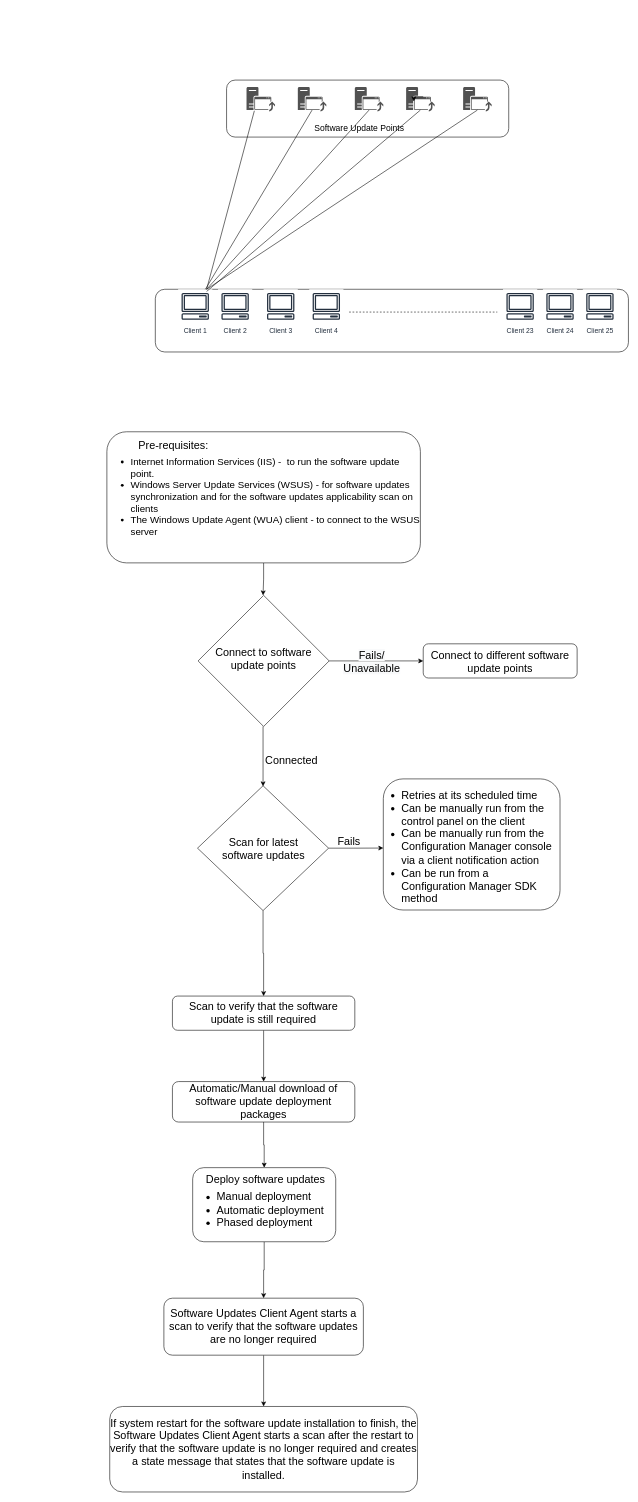
Above: Software Update via Intranet.drawio in LazyRaunak/Software-Update-via-Intranet (draw.io), before the change. Source tidied: cells renumbered, new cells numbered last; positions are measured from the earlier drawing's top-left corner, leaving out a move shared by most shapes. Both pictures are drawn from the tidied source at 57%, with x=0, y=0 at pixel (107, 80).
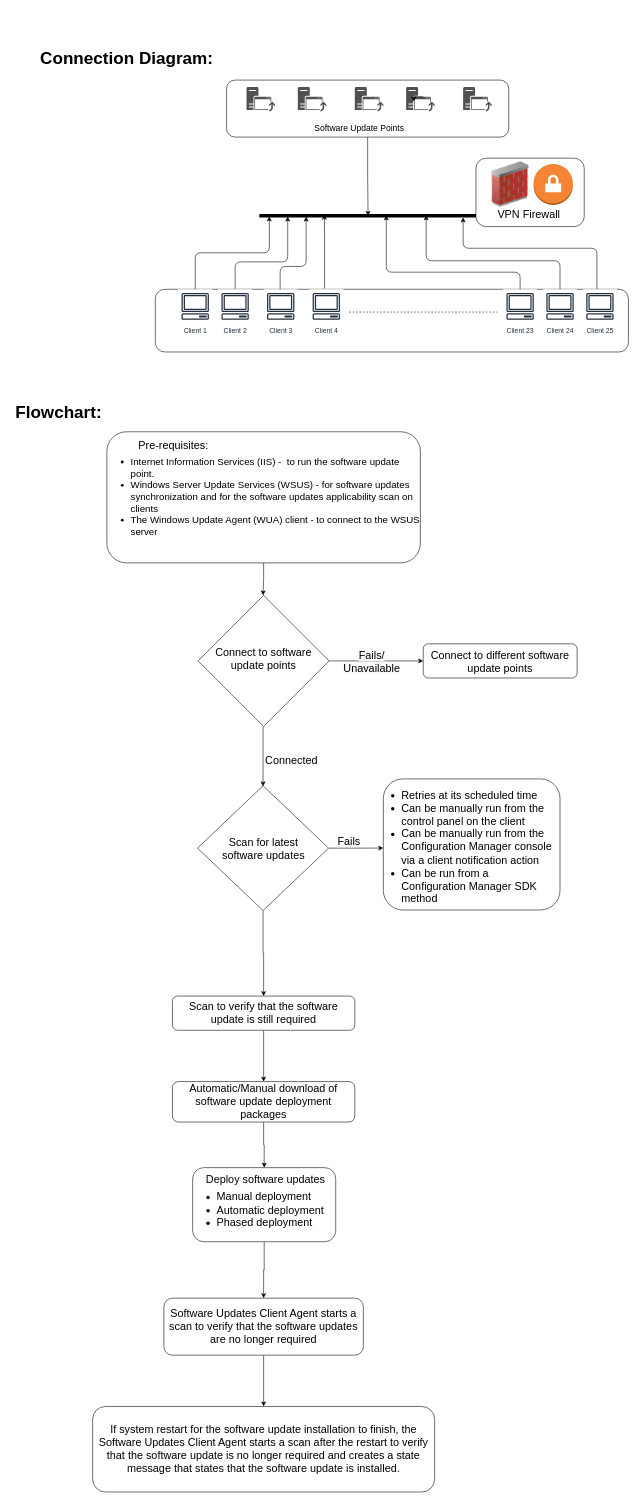
After the change.

Unchanged cells that the change refers to:
```xml
<mxCell id="9" style="rounded=1;whiteSpace=wrap;html=1;" parent="1" vertex="1">
  <mxGeometry x="210" width="495" height="100" as="geometry" />
</mxCell>
<mxCell id="10" style="shadow=0;dashed=0;html=1;strokeColor=none;labelPosition=center;verticalLabelPosition=bottom;verticalAlign=top;align=center;fillColor=#515151;shape=mxgraph.mscae.system_center.software_update_point;" parent="1" vertex="1">
  <mxGeometry x="245" y="12" width="50" height="43" as="geometry" />
</mxCell>
<mxCell id="11" style="shadow=0;dashed=0;html=1;strokeColor=none;labelPosition=center;verticalLabelPosition=bottom;verticalAlign=top;align=center;fillColor=#515151;shape=mxgraph.mscae.system_center.software_update_point;" parent="1" vertex="1">
  <mxGeometry x="435" y="12" width="50" height="43" as="geometry" />
</mxCell>
<mxCell id="12" style="shadow=0;dashed=0;html=1;strokeColor=none;labelPosition=center;verticalLabelPosition=bottom;verticalAlign=top;align=center;fillColor=#515151;shape=mxgraph.mscae.system_center.software_update_point;" parent="1" vertex="1">
  <mxGeometry x="335" y="12" width="50" height="43" as="geometry" />
</mxCell>
<mxCell id="13" style="shadow=0;dashed=0;html=1;strokeColor=none;labelPosition=center;verticalLabelPosition=bottom;verticalAlign=top;align=center;fillColor=#515151;shape=mxgraph.mscae.system_center.software_update_point;" parent="1" vertex="1">
  <mxGeometry x="525" y="12" width="50" height="43" as="geometry" />
</mxCell>
<mxCell id="14" style="shadow=0;dashed=0;html=1;strokeColor=none;labelPosition=center;verticalLabelPosition=bottom;verticalAlign=top;align=center;fillColor=#515151;shape=mxgraph.mscae.system_center.software_update_point;" parent="1" vertex="1">
  <mxGeometry x="625" y="12" width="50" height="43" as="geometry" />
</mxCell>
<mxCell id="18" value="Client 1" style="outlineConnect=0;fontColor=#232F3E;gradientColor=none;strokeColor=#232F3E;fillColor=#ffffff;dashed=0;verticalLabelPosition=bottom;verticalAlign=top;align=center;html=1;fontSize=12;fontStyle=0;shape=mxgraph.aws4.resourceIcon;resIcon=mxgraph.aws4.client;" parent="1" vertex="1">
  <mxGeometry x="125" y="367" width="60" height="60" as="geometry" />
</mxCell>
<mxCell id="21" value="Client 23" style="outlineConnect=0;fontColor=#232F3E;gradientColor=none;strokeColor=#232F3E;fillColor=#ffffff;dashed=0;verticalLabelPosition=bottom;verticalAlign=top;align=center;html=1;fontSize=12;fontStyle=0;shape=mxgraph.aws4.resourceIcon;resIcon=mxgraph.aws4.client;" parent="1" vertex="1">
  <mxGeometry x="695" y="367" width="60" height="60" as="geometry" />
</mxCell>
```

Change to the diagram source:
```diff
@@
+    <mxCell id="51" style="edgeStyle=elbowEdgeStyle;elbow=vertical;endArrow=classic;html=1;fontSize=100;entryX=0.586;entryY=0.427;entryDx=0;entryDy=0;entryPerimeter=0;" parent="1" edge="1">
+      <mxGeometry relative="1" as="geometry">
+        <mxPoint x="859.8" y="370.7" as="sourcePoint" />
+        <mxPoint x="625" y="241" as="targetPoint" />
+        <Array as="points">
+          <mxPoint x="725" y="295" />
+        </Array>
+      </mxGeometry>
+    </mxCell>
+    <mxCell id="52" style="rounded=1;whiteSpace=wrap;html=1;fontSize=19;align=center;" parent="1" vertex="1">
+      <mxGeometry x="647.5" y="137" width="190" height="120" as="geometry" />
+    </mxCell>
@@
+    <mxCell id="53" style="edgeStyle=orthogonalEdgeStyle;rounded=0;jettySize=auto;html=1;fontSize=100;entryX=0.502;entryY=0.533;entryDx=0;entryDy=0;entryPerimeter=0;" parent="1" edge="1" source="9" target="57">
+      <mxGeometry relative="1" as="geometry" />
+    </mxCell>
@@
-    <mxCell id="25" style="endArrow=none;html=1;entryX=0.275;entryY=0.972;entryDx=0;entryDy=0;entryPerimeter=0;" parent="1" edge="1" target="10">
-      <mxGeometry relative="1" as="geometry">
-        <mxPoint x="175" y="367" as="sourcePoint" />
-      </mxGeometry>
-    </mxCell>
-    <mxCell id="26" style="endArrow=none;html=1;entryX=0.5;entryY=0.945;entryDx=0;entryDy=0;entryPerimeter=0;" parent="1" edge="1" source="18" target="12">
-      <mxGeometry relative="1" as="geometry" />
-    </mxCell>
-    <mxCell id="27" style="endArrow=none;html=1;entryX=0.5;entryY=0.945;entryDx=0;entryDy=0;entryPerimeter=0;" parent="1" edge="1" target="11">
-      <mxGeometry relative="1" as="geometry">
-        <mxPoint x="175" y="367" as="sourcePoint" />
-      </mxGeometry>
-    </mxCell>
-    <mxCell id="28" style="endArrow=none;html=1;entryX=0.5;entryY=0.945;entryDx=0;entryDy=0;entryPerimeter=0;exitX=0.833;exitY=0.064;exitDx=0;exitDy=0;exitPerimeter=0;" parent="1" edge="1" source="18" target="13">
-      <mxGeometry relative="1" as="geometry" />
-    </mxCell>
-    <mxCell id="29" style="endArrow=none;html=1;entryX=0.5;entryY=0.945;entryDx=0;entryDy=0;entryPerimeter=0;" parent="1" edge="1" target="14">
-      <mxGeometry relative="1" as="geometry">
-        <mxPoint x="175" y="367" as="sourcePoint" />
-      </mxGeometry>
-    </mxCell>
@@
     <mxCell id="50" value="If system restart for the software update installation to finish, the Software Updates Client Agent starts a scan after the restart to verify that the software update is no longer required and creates a state message that states that the software update is installed." style="rounded=1;whiteSpace=wrap;html=1;fontSize=19;align=center;" parent="1" vertex="1">
-      <mxGeometry x="5" y="2327" width="540" height="150" as="geometry" />
+      <mxGeometry x="-25" y="2327" width="600" height="150" as="geometry" />
     </mxCell>
+    <mxCell id="54" style="dashed=0;verticalLabelPosition=bottom;verticalAlign=top;align=center;html=1;shape=mxgraph.aws3.vpn_gateway;fillColor=#F58534;gradientColor=none;fontSize=19;" parent="1" vertex="1">
+      <mxGeometry x="748.5" y="147" width="69" height="72" as="geometry" />
+    </mxCell>
+    <mxCell id="55" style="image;html=1;image=img/lib/clip_art/networking/Firewall_02_128x128.png;fontSize=19;align=center;" parent="1" vertex="1">
+      <mxGeometry x="667.5" y="143" width="80" height="80" as="geometry" />
+    </mxCell>
+    <mxCell id="56" value="VPN Firewall" style="text;html=1;strokeColor=none;fillColor=none;align=center;verticalAlign=middle;whiteSpace=wrap;rounded=0;fontSize=19;" parent="1" vertex="1">
+      <mxGeometry x="672.5" y="227" width="135" height="20" as="geometry" />
+    </mxCell>
+    <mxCell id="57" style="line;strokeWidth=6;html=1;fontSize=100;align=center;fontStyle=0;labelBorderColor=#000000;" parent="1" vertex="1">
+      <mxGeometry x="267.5" y="233" width="380" height="10" as="geometry" />
+    </mxCell>
+    <mxCell id="58" style="edgeStyle=elbowEdgeStyle;elbow=vertical;endArrow=classic;html=1;fontSize=100;entryX=0.046;entryY=1.4;entryDx=0;entryDy=0;entryPerimeter=0;" parent="1" edge="1">
+      <mxGeometry relative="1" as="geometry">
+        <mxPoint x="155" y="367" as="sourcePoint" />
+        <mxPoint x="285" y="239" as="targetPoint" />
+      </mxGeometry>
+    </mxCell>
+    <mxCell id="59" style="edgeStyle=elbowEdgeStyle;elbow=vertical;endArrow=classic;html=1;fontSize=100;entryX=0.131;entryY=0.64;entryDx=0;entryDy=0;entryPerimeter=0;" parent="1" edge="1" target="57">
+      <mxGeometry relative="1" as="geometry">
+        <mxPoint x="225" y="366" as="sourcePoint" />
+        <Array as="points">
+          <mxPoint x="290" y="319" />
+        </Array>
+      </mxGeometry>
+    </mxCell>
+    <mxCell id="60" style="edgeStyle=elbowEdgeStyle;elbow=vertical;endArrow=classic;html=1;fontSize=100;entryX=0.216;entryY=0.64;entryDx=0;entryDy=0;entryPerimeter=0;" parent="1" edge="1" target="57">
+      <mxGeometry relative="1" as="geometry">
+        <mxPoint x="304" y="367" as="sourcePoint" />
+        <Array as="points">
+          <mxPoint x="355" y="327" />
+        </Array>
+      </mxGeometry>
+    </mxCell>
+    <mxCell id="61" style="edgeStyle=elbowEdgeStyle;elbow=vertical;endArrow=classic;html=1;fontSize=100;entryX=0.3;entryY=0.32;entryDx=0;entryDy=0;entryPerimeter=0;" parent="1" edge="1" target="57">
+      <mxGeometry relative="1" as="geometry">
+        <mxPoint x="382" y="365.6" as="sourcePoint" />
+        <Array as="points">
+          <mxPoint x="380" y="277" />
+          <mxPoint x="433" y="325.6" />
+        </Array>
+      </mxGeometry>
+    </mxCell>
+    <mxCell id="62" style="edgeStyle=elbowEdgeStyle;elbow=vertical;endArrow=classic;html=1;fontSize=100;entryX=0.586;entryY=0.427;entryDx=0;entryDy=0;entryPerimeter=0;" parent="1" edge="1" source="21" target="57">
+      <mxGeometry relative="1" as="geometry">
+        <Array as="points">
+          <mxPoint x="585" y="337" />
+        </Array>
+      </mxGeometry>
+    </mxCell>
+    <mxCell id="63" style="edgeStyle=elbowEdgeStyle;elbow=vertical;endArrow=classic;html=1;fontSize=100;entryX=0.586;entryY=0.427;entryDx=0;entryDy=0;entryPerimeter=0;" parent="1" edge="1">
+      <mxGeometry relative="1" as="geometry">
+        <mxPoint x="795" y="367" as="sourcePoint" />
+        <mxPoint x="560.2" y="237.3" as="targetPoint" />
+        <Array as="points">
+          <mxPoint x="665" y="317" />
+        </Array>
+      </mxGeometry>
+    </mxCell>
+    <mxCell id="64" value="&lt;font style=&quot;font-size: 30px&quot;&gt;&lt;b&gt;Connection&amp;nbsp;Diagram:&lt;/b&gt;&lt;/font&gt;" style="text;html=1;strokeColor=none;fillColor=none;align=center;verticalAlign=middle;whiteSpace=wrap;rounded=0;fontSize=100;" parent="1" vertex="1">
+      <mxGeometry x="15" y="-73" width="40" height="20" as="geometry" />
+    </mxCell>
+    <mxCell id="65" value="&lt;font style=&quot;font-size: 30px&quot;&gt;&lt;b&gt;Flowchart:&lt;/b&gt;&lt;/font&gt;" style="text;html=1;align=center;verticalAlign=middle;strokeColor=none;fontSize=100;" parent="1" vertex="1">
+      <mxGeometry x="-170" y="482" width="170" height="150" as="geometry" />
+    </mxCell>
```
